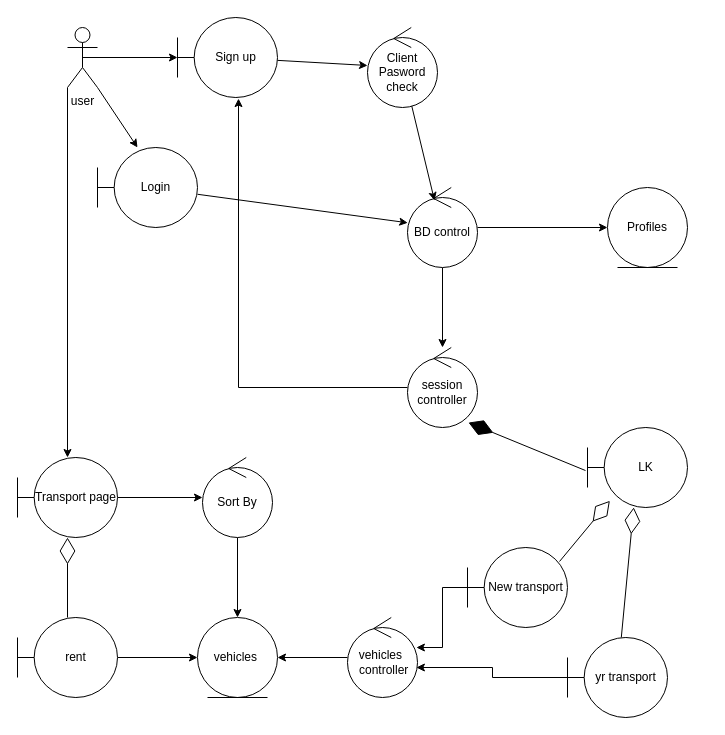
The draw.io diagram 3 num.drawio in Deopster/Mirea, before the edit. Source tidied: cells renumbered, new cells numbered last; positions are measured from the earlier drawing's top-left corner, leaving out a move shared by most shapes. Both pictures are drawn from the tidied source at 100%, with x=0, y=0 at pixel (17, 17).
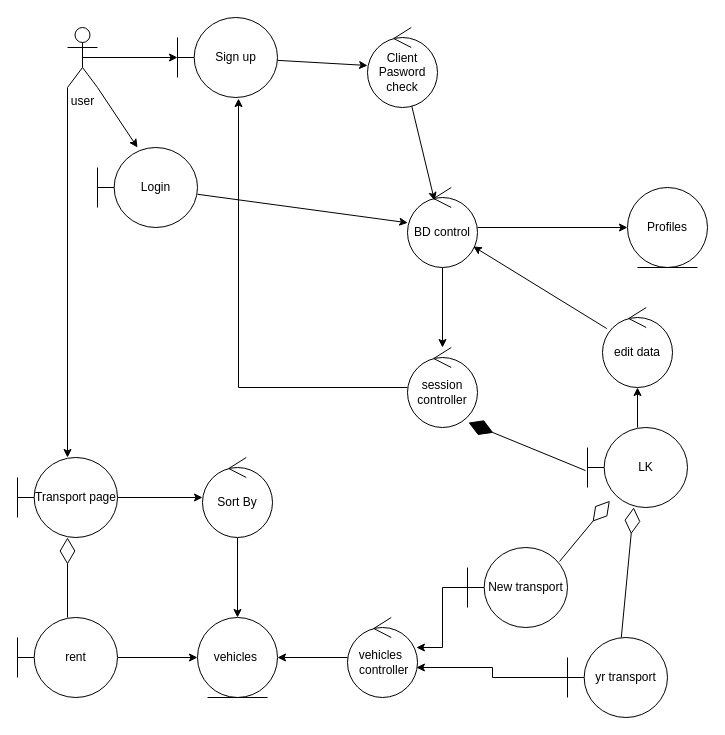
Above is the later version.

Unchanged cells that the change refers to:
```xml
<mxCell id="10" value="BD control" style="ellipse;shape=umlControl;whiteSpace=wrap;html=1;" parent="1" vertex="1">
  <mxGeometry x="390" y="170" width="70" height="80" as="geometry" />
</mxCell>
<mxCell id="18" value="LK" style="ellipse;shape=umlBoundary;whiteSpace=wrap;html=1;" parent="1" vertex="1">
  <mxGeometry x="570" y="410" width="100" height="80" as="geometry" />
</mxCell>
```

Diff of the diagram source:
```diff
@@
     <mxCell id="6" value="Profiles" style="ellipse;shape=umlEntity;whiteSpace=wrap;html=1;" parent="1" vertex="1">
-      <mxGeometry x="590" y="170" width="80" height="80" as="geometry" />
+      <mxGeometry x="610" y="170" width="80" height="80" as="geometry" />
     </mxCell>
@@
+    <mxCell id="36" style="edgeStyle=orthogonalEdgeStyle;rounded=0;jettySize=auto;html=1;" parent="1" edge="1" source="18" target="37">
+      <mxGeometry relative="1" as="geometry" />
+    </mxCell>
@@
+    <mxCell id="37" value="edit data" style="ellipse;shape=umlControl;whiteSpace=wrap;html=1;" parent="1" vertex="1">
+      <mxGeometry x="585" y="290" width="70" height="80" as="geometry" />
+    </mxCell>
+    <mxCell id="38" style="endArrow=classic;html=1;" parent="1" edge="1" source="37" target="10">
+      <mxGeometry relative="1" as="geometry" />
+    </mxCell>
```
